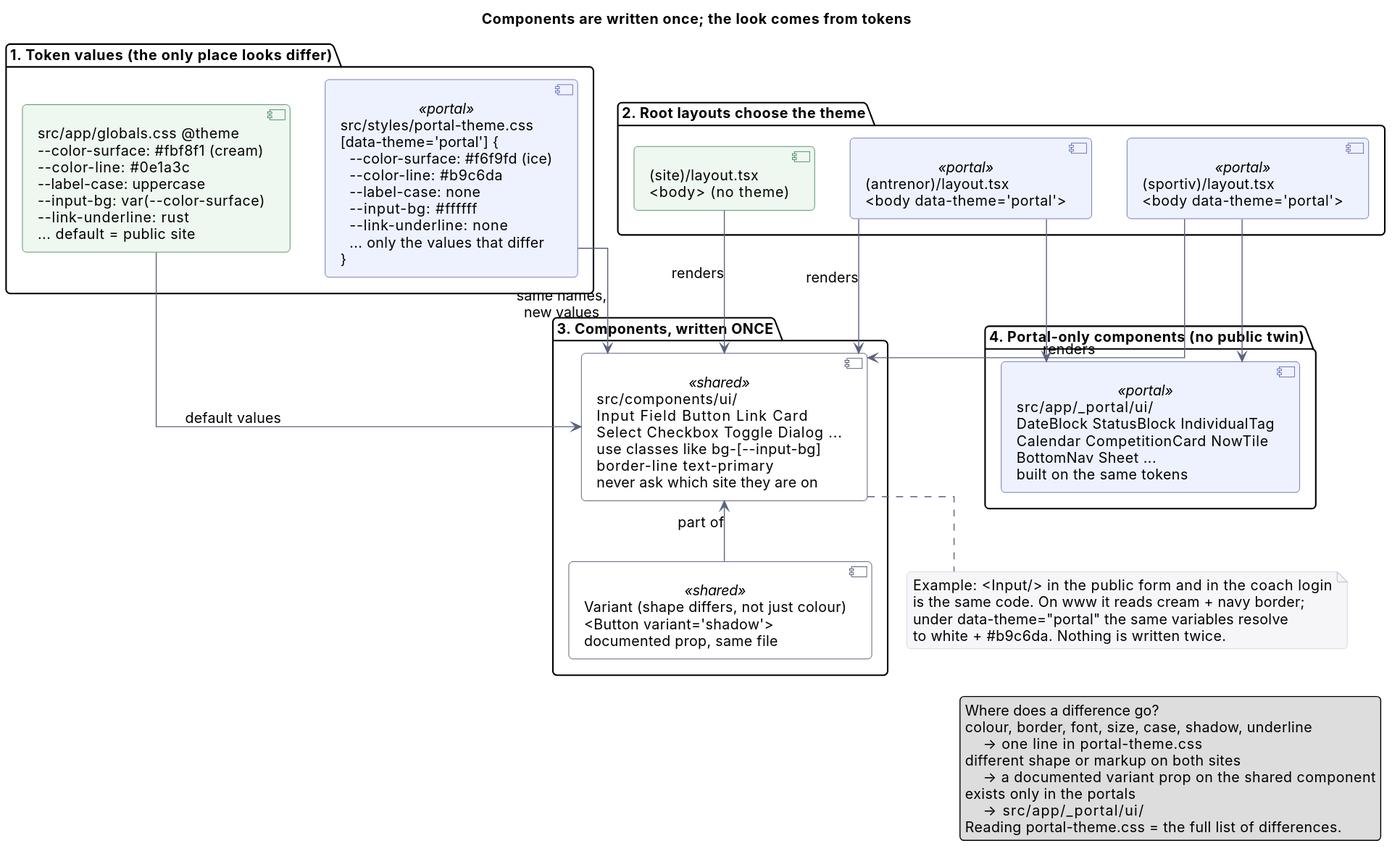
codrin-postu/edusport_backend keeps this PlantUML diagram as docs/architecture/diagrams/06d-component-theming.svg. Above is the earlier version. The source it was exported from:
```plantuml
@startuml
!include _style.iuml
title Components are written once; the look comes from tokens
skinparam ComponentBackgroundColor #eef7f0
skinparam ComponentBorderColor #1d6b3a
skinparam ComponentBackgroundColor<<portal>> #eef2ff
skinparam ComponentBorderColor<<portal>> #3b4a9a
skinparam ComponentBackgroundColor<<shared>> #ffffff
skinparam ComponentBorderColor<<shared>> #1c2240

package "1. Token values (the only place looks differ)" {
  component "src/app/globals.css  @theme\n~--color-surface: #fbf8f1 (cream)\n~--color-line: #0e1a3c\n~--label-case: uppercase\n~--input-bg: var(~--color-surface)\n~--link-underline: rust\n... default = public site" as Base
  component "src/styles/portal-theme.css\n[data-theme='portal'] {\n  ~--color-surface: #f6f9fd (ice)\n  ~--color-line: #b9c6da\n  ~--label-case: none\n  ~--input-bg: #ffffff\n  ~--link-underline: none\n  ... only the values that differ\n}" as Theme <<portal>>
}

package "2. Root layouts choose the theme" {
  component "(site)/layout.tsx\n<body>  (no theme)" as LSite
  component "(antrenor)/layout.tsx\n<body data-theme='portal'>" as LCoach <<portal>>
  component "(sportiv)/layout.tsx\n<body data-theme='portal'>" as LSportiv <<portal>>
}

package "3. Components, written ONCE" {
  component "src/components/ui/\nInput  Field  Button  Link  Card\nSelect  Checkbox  Toggle  Dialog ...\nuse classes like bg-[~--input-bg]\nborder-line  text-primary\nnever ask which site they are on" as UI <<shared>>
  component "Variant (shape differs, not just colour)\n<Button variant='shadow'>\ndocumented prop, same file" as Var <<shared>>
}

package "4. Portal-only components (no public twin)" {
  component "src/app/_portal/ui/\nDateBlock  StatusBlock  IndividualTag\nCalendar  CompetitionCard  NowTile\nBottomNav  Sheet ...\nbuilt on the same tokens" as Kit <<portal>>
}

Base --> UI : "default values"
Theme --> UI : "same names,\nnew values"
LSite --> UI : "renders"
LCoach --> UI : "renders"
LSportiv --> UI : "renders"
LCoach --> Kit
LSportiv --> Kit
UI <-- Var : "part of"

note bottom of UI
  Example: <Input/> in the public form and in the coach login
  is the same code. On www it reads cream + navy border;
  under data-theme="portal" the same variables resolve
  to white + #b9c6da. Nothing is written twice.
end note

legend right
  Where does a difference go?
  colour, border, font, size, case, shadow, underline
      -> one line in portal-theme.css
  different shape or markup on both sites
      -> a documented variant prop on the shared component
  exists only in the portals
      -> src/app/_portal/ui/
  Reading portal-theme.css = the full list of differences.
endlegend
@enduml
```
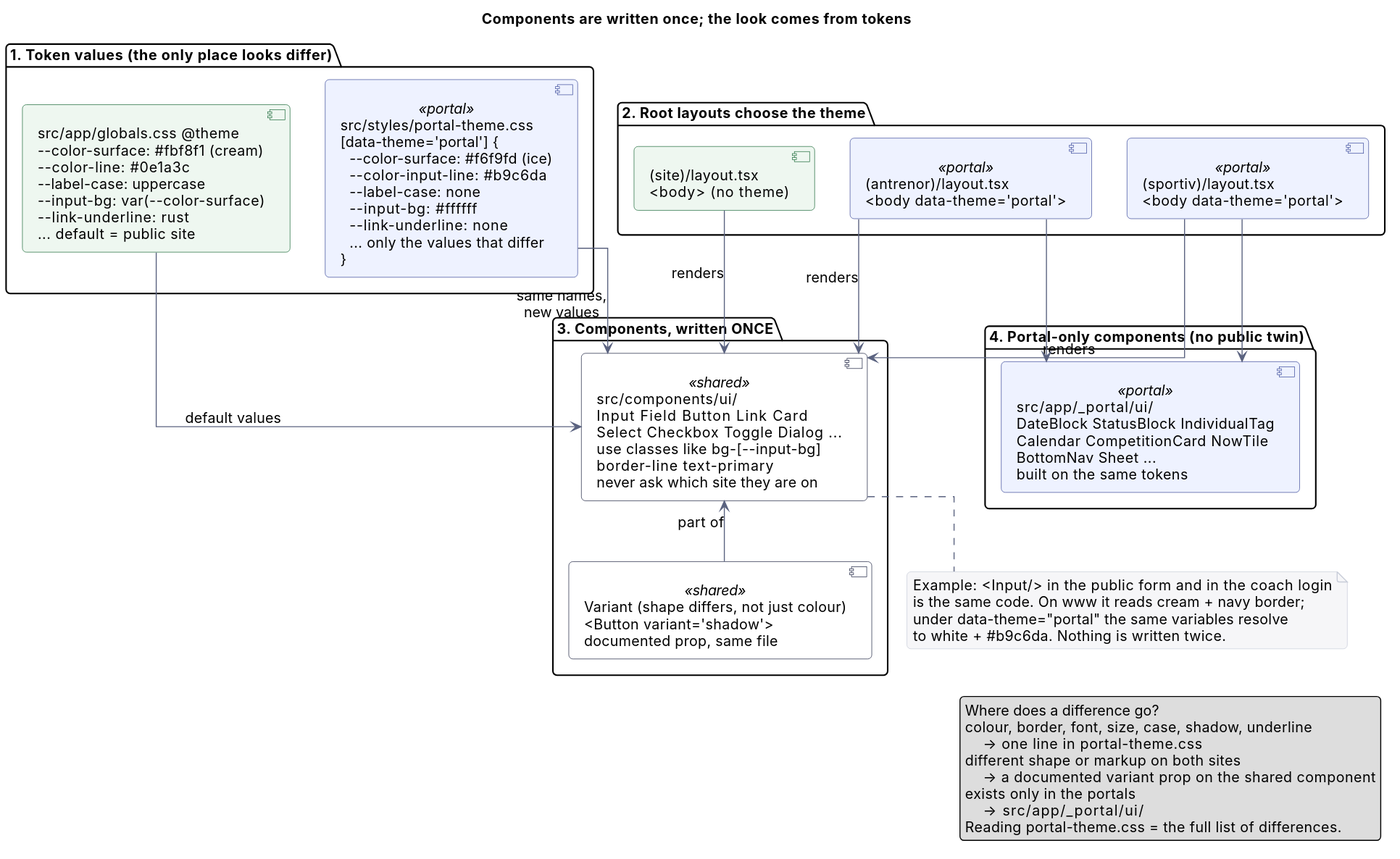
Later version of the same file.

Commit message:
docs(architecture): theming map uses the input line token, as in the portal canvas spec

What changed in the source:
```diff
@@ -10,7 +10,7 @@
 
 package "1. Token values (the only place looks differ)" {
   component "src/app/globals.css  @theme\n~--color-surface: #fbf8f1 (cream)\n~--color-line: #0e1a3c\n~--label-case: uppercase\n~--input-bg: var(~--color-surface)\n~--link-underline: rust\n... default = public site" as Base
-  component "src/styles/portal-theme.css\n[data-theme='portal'] {\n  ~--color-surface: #f6f9fd (ice)\n  ~--color-line: #b9c6da\n  ~--label-case: none\n  ~--input-bg: #ffffff\n  ~--link-underline: none\n  ... only the values that differ\n}" as Theme <<portal>>
+  component "src/styles/portal-theme.css\n[data-theme='portal'] {\n  ~--color-surface: #f6f9fd (ice)\n  ~--color-input-line: #b9c6da\n  ~--label-case: none\n  ~--input-bg: #ffffff\n  ~--link-underline: none\n  ... only the values that differ\n}" as Theme <<portal>>
 }
 
 package "2. Root layouts choose the theme" {
```
